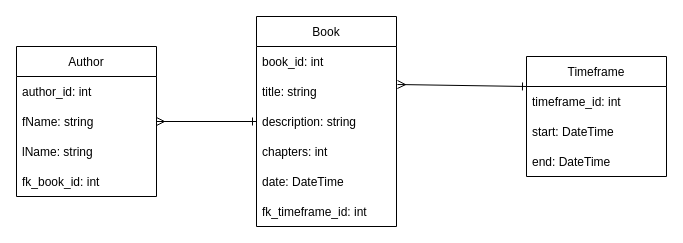
mastapetz/BE16-DBDev-DAY1-Peter-Philipp keeps this draw.io diagram as page "UML" (3 of 3) of Philipp/01_library.drawio. Above is the earlier version. Source tidied: cells renumbered, new cells numbered last; positions are measured from the earlier drawing's top-left corner, leaving out a move shared by most shapes. Both pictures are drawn from the tidied source at 100%, with x=0, y=0 at pixel (16, 16).
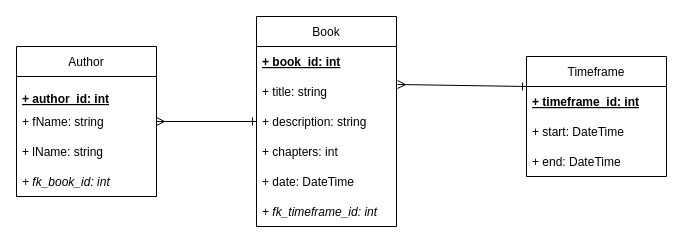
The same diagram, later.

Change to the diagram source:
```diff
@@
 <mxGraphModel>
   <root>
     <mxCell id="0" />
     <mxCell id="1" parent="0" />
     <mxCell id="2" value="Book" style="swimlane;fontStyle=0;horizontal=1;startSize=30;" parent="1" vertex="1">
       <mxGeometry x="240" width="140" height="210" as="geometry" />
     </mxCell>
-    <mxCell id="3" value="book_id: int" style="text;strokeColor=none;fillColor=none;align=left;verticalAlign=middle;spacingLeft=4;spacingRight=4;overflow=hidden;" parent="2" vertex="1">
+    <mxCell id="3" value="+ book_id: int" style="text;strokeColor=none;fillColor=none;align=left;verticalAlign=middle;spacingLeft=4;spacingRight=4;overflow=hidden;fontStyle=5;" parent="2" vertex="1">
       <mxGeometry y="30" width="140" height="30" as="geometry" />
     </mxCell>
-    <mxCell id="4" value="title: string" style="text;strokeColor=none;fillColor=none;align=left;verticalAlign=middle;spacingLeft=4;spacingRight=4;overflow=hidden;points=[[0,0.5],[1,0.5]];portConstraint=eastwest;" parent="2" vertex="1">
+    <mxCell id="4" value="+ title: string" style="text;strokeColor=none;fillColor=none;align=left;verticalAlign=middle;spacingLeft=4;spacingRight=4;overflow=hidden;points=[[0,0.5],[1,0.5]];portConstraint=eastwest;" parent="2" vertex="1">
       <mxGeometry y="60" width="140" height="30" as="geometry" />
     </mxCell>
-    <mxCell id="5" value="description: string" style="text;strokeColor=none;fillColor=none;align=left;verticalAlign=middle;spacingLeft=4;spacingRight=4;overflow=hidden;points=[[0,0.5],[1,0.5]];portConstraint=eastwest;" parent="2" vertex="1">
+    <mxCell id="5" value="+ description: string" style="text;strokeColor=none;fillColor=none;align=left;verticalAlign=middle;spacingLeft=4;spacingRight=4;overflow=hidden;points=[[0,0.5],[1,0.5]];portConstraint=eastwest;" parent="2" vertex="1">
       <mxGeometry y="90" width="140" height="30" as="geometry" />
     </mxCell>
-    <mxCell id="6" value="chapters: int" style="text;strokeColor=none;fillColor=none;align=left;verticalAlign=middle;spacingLeft=4;spacingRight=4;overflow=hidden;" parent="2" vertex="1">
+    <mxCell id="6" value="+ chapters: int" style="text;strokeColor=none;fillColor=none;align=left;verticalAlign=middle;spacingLeft=4;spacingRight=4;overflow=hidden;" parent="2" vertex="1">
       <mxGeometry y="120" width="140" height="30" as="geometry" />
     </mxCell>
-    <mxCell id="7" value="date: DateTime" style="text;strokeColor=none;fillColor=none;align=left;verticalAlign=middle;spacingLeft=4;spacingRight=4;overflow=hidden;" parent="2" vertex="1">
+    <mxCell id="7" value="+ date: DateTime" style="text;strokeColor=none;fillColor=none;align=left;verticalAlign=middle;spacingLeft=4;spacingRight=4;overflow=hidden;" parent="2" vertex="1">
       <mxGeometry y="150" width="140" height="30" as="geometry" />
     </mxCell>
-    <mxCell id="8" value="fk_timeframe_id: int" style="text;strokeColor=none;fillColor=none;align=left;verticalAlign=middle;spacingLeft=4;spacingRight=4;overflow=hidden;" parent="2" vertex="1">
+    <mxCell id="8" value="+ fk_timeframe_id: int" style="text;strokeColor=none;fillColor=none;align=left;verticalAlign=middle;spacingLeft=4;spacingRight=4;overflow=hidden;fontStyle=2;" parent="2" vertex="1">
       <mxGeometry y="180" width="140" height="30" as="geometry" />
     </mxCell>
     <mxCell id="9" value="Timeframe" style="swimlane;fontStyle=0;horizontal=1;startSize=30;" parent="1" vertex="1">
       <mxGeometry x="510" y="40" width="140" height="120" as="geometry" />
     </mxCell>
-    <mxCell id="10" value="timeframe_id: int" style="text;strokeColor=none;fillColor=none;align=left;verticalAlign=middle;spacingLeft=4;spacingRight=4;overflow=hidden;" parent="9" vertex="1">
+    <mxCell id="10" value="+ timeframe_id: int" style="text;strokeColor=none;fillColor=none;align=left;verticalAlign=middle;spacingLeft=4;spacingRight=4;overflow=hidden;fontStyle=5;" parent="9" vertex="1">
       <mxGeometry y="30" width="140" height="30" as="geometry" />
     </mxCell>
-    <mxCell id="11" value="start: DateTime" style="text;strokeColor=none;fillColor=none;align=left;verticalAlign=middle;spacingLeft=4;spacingRight=4;overflow=hidden;" parent="9" vertex="1">
+    <mxCell id="11" value="+ start: DateTime" style="text;strokeColor=none;fillColor=none;align=left;verticalAlign=middle;spacingLeft=4;spacingRight=4;overflow=hidden;" parent="9" vertex="1">
       <mxGeometry y="60" width="140" height="30" as="geometry" />
     </mxCell>
-    <mxCell id="12" value="end: DateTime" style="text;strokeColor=none;fillColor=none;align=left;verticalAlign=middle;spacingLeft=4;spacingRight=4;overflow=hidden;" parent="9" vertex="1">
+    <mxCell id="12" value="+ end: DateTime" style="text;strokeColor=none;fillColor=none;align=left;verticalAlign=middle;spacingLeft=4;spacingRight=4;overflow=hidden;" parent="9" vertex="1">
       <mxGeometry y="90" width="140" height="30" as="geometry" />
     </mxCell>
     <mxCell id="13" style="edgeStyle=none;html=1;entryX=0;entryY=0.25;entryDx=0;entryDy=0;startArrow=ERmany;startFill=0;endArrow=ERone;endFill=0;exitX=1.007;exitY=0.267;exitDx=0;exitDy=0;exitPerimeter=0;" parent="1" edge="1" source="4" target="9">
       <mxGeometry relative="1" as="geometry" />
     </mxCell>
     <mxCell id="14" style="edgeStyle=none;html=1;startArrow=ERmany;startFill=0;endArrow=ERone;endFill=0;" parent="1" edge="1" source="15" target="5">
       <mxGeometry relative="1" as="geometry" />
     </mxCell>
     <mxCell id="15" value="Author" style="swimlane;fontStyle=0;horizontal=1;startSize=30;" parent="1" vertex="1">
       <mxGeometry y="30" width="140" height="150" as="geometry" />
     </mxCell>
-    <mxCell id="16" value="author_id: int" style="text;strokeColor=none;fillColor=none;align=left;verticalAlign=middle;spacingLeft=4;spacingRight=4;overflow=hidden;" parent="15" vertex="1">
+    <mxCell id="16" value="&#10;+ author_id: int" style="text;strokeColor=none;fillColor=none;align=left;verticalAlign=middle;spacingLeft=4;spacingRight=4;overflow=hidden;fontStyle=5;" parent="15" vertex="1">
       <mxGeometry y="30" width="140" height="30" as="geometry" />
     </mxCell>
-    <mxCell id="17" value="fName: string" style="text;strokeColor=none;fillColor=none;align=left;verticalAlign=middle;spacingLeft=4;spacingRight=4;overflow=hidden;" parent="15" vertex="1">
+    <mxCell id="17" value="+ fName: string" style="text;strokeColor=none;fillColor=none;align=left;verticalAlign=middle;spacingLeft=4;spacingRight=4;overflow=hidden;" parent="15" vertex="1">
       <mxGeometry y="60" width="140" height="30" as="geometry" />
     </mxCell>
-    <mxCell id="18" value="lName: string" style="text;strokeColor=none;fillColor=none;align=left;verticalAlign=middle;spacingLeft=4;spacingRight=4;overflow=hidden;" parent="15" vertex="1">
+    <mxCell id="18" value="+ lName: string" style="text;strokeColor=none;fillColor=none;align=left;verticalAlign=middle;spacingLeft=4;spacingRight=4;overflow=hidden;" parent="15" vertex="1">
       <mxGeometry y="90" width="140" height="30" as="geometry" />
     </mxCell>
-    <mxCell id="19" value="fk_book_id: int" style="text;strokeColor=none;fillColor=none;align=left;verticalAlign=middle;spacingLeft=4;spacingRight=4;overflow=hidden;" parent="15" vertex="1">
+    <mxCell id="19" value="+ fk_book_id: int" style="text;strokeColor=none;fillColor=none;align=left;verticalAlign=middle;spacingLeft=4;spacingRight=4;overflow=hidden;fontStyle=2;" parent="15" vertex="1">
       <mxGeometry y="120" width="140" height="30" as="geometry" />
     </mxCell>
   </root>
 </mxGraphModel>
```
